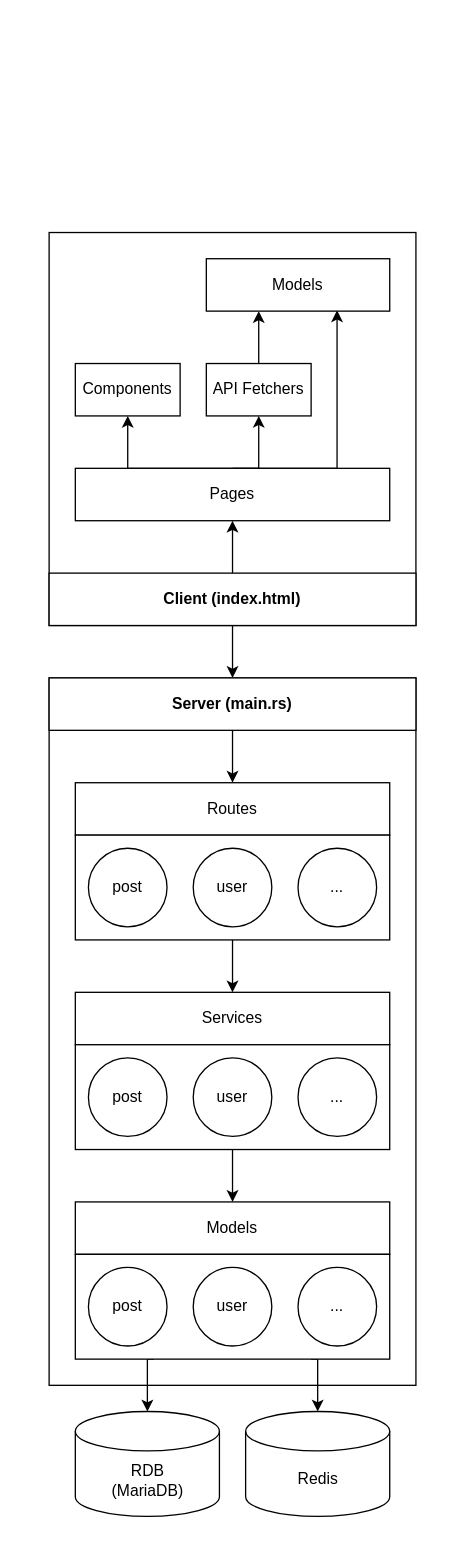
Above: page "main" (1 of 5) of docs/diagrams/diagrams.drawio in parksb/darim (draw.io), before the change. Source tidied: cells renumbered, new cells numbered last; positions are measured from the earlier drawing's top-left corner, leaving out a move shared by most shapes. Both pictures are drawn from the tidied source at 131%, with x=0, y=0 at pixel (22, 206).
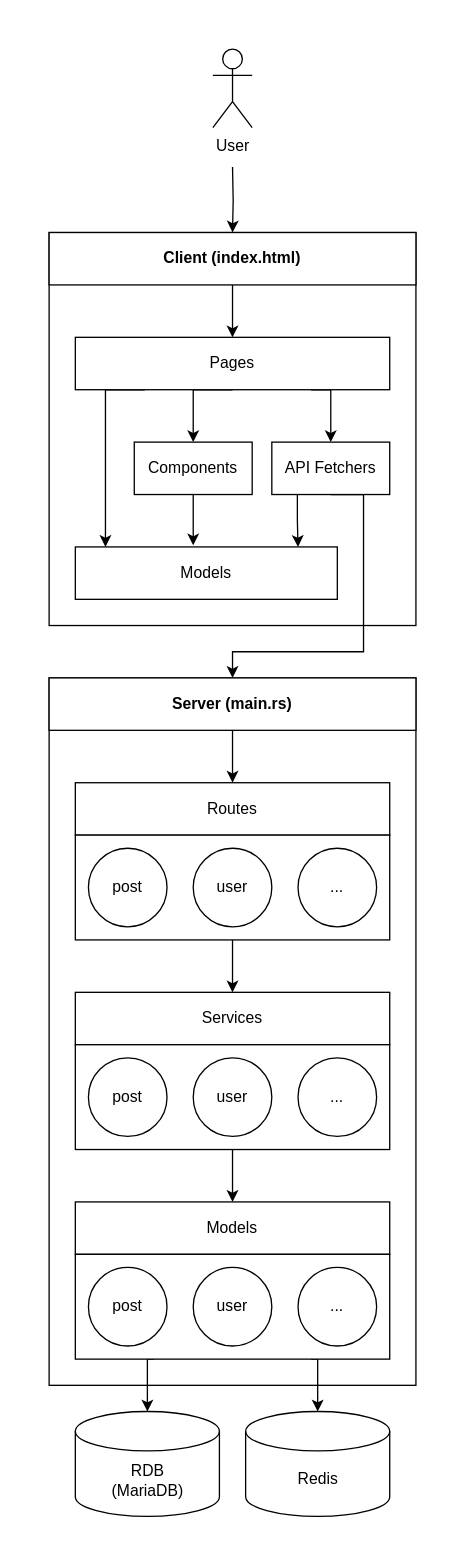
After the change.

The change refers to these unchanged cells:
```xml
<mxCell id="13" value="&lt;b&gt;Server (main.rs)&lt;/b&gt;" style="rounded=0;whiteSpace=wrap;html=1;" parent="1" vertex="1">
  <mxGeometry x="20" y="360" width="280" height="40" as="geometry" />
</mxCell>
```

The edit, as a diff of the source:
```diff
@@
     <mxCell id="2" style="rounded=0;whiteSpace=wrap;html=1;strokeColor=#FFFFFF;fillColor=#FFFFFF;" parent="1" vertex="1">
-      <mxGeometry width="320" height="1020" as="geometry" />
+      <mxGeometry y="-140" width="320" height="1160" as="geometry" />
     </mxCell>
@@
+    <mxCell id="7" style="edgeStyle=orthogonalEdgeStyle;rounded=0;jettySize=auto;html=1;exitX=0.75;exitY=1;exitDx=0;exitDy=0;entryX=0.5;entryY=0;entryDx=0;entryDy=0;" parent="1" edge="1" source="9" target="39">
+      <mxGeometry relative="1" as="geometry">
+        <Array as="points">
+          <mxPoint x="235" y="140" />
+        </Array>
+      </mxGeometry>
+    </mxCell>
+    <mxCell id="6" style="edgeStyle=orthogonalEdgeStyle;rounded=0;jettySize=auto;html=1;exitX=0.5;exitY=1;exitDx=0;exitDy=0;entryX=0.5;entryY=0;entryDx=0;entryDy=0;" parent="1" edge="1" source="9" target="37">
+      <mxGeometry relative="1" as="geometry">
+        <Array as="points">
+          <mxPoint x="130" y="140" />
+        </Array>
+      </mxGeometry>
+    </mxCell>
+    <mxCell id="41" style="edgeStyle=orthogonalEdgeStyle;rounded=0;orthogonalLoop=1;jettySize=auto;html=1;exitX=0.25;exitY=1;exitDx=0;exitDy=0;" parent="1" edge="1">
+      <mxGeometry relative="1" as="geometry">
+        <mxPoint x="93" y="140" as="sourcePoint" />
+        <mxPoint x="63" y="260" as="targetPoint" />
+        <Array as="points">
+          <mxPoint x="63" y="140" />
+          <mxPoint x="63" y="260" />
+        </Array>
+      </mxGeometry>
+    </mxCell>
+    <mxCell id="9" value="Pages&lt;br&gt;" style="rounded=0;whiteSpace=wrap;html=1;" parent="1" vertex="1">
+      <mxGeometry x="40" y="100" width="240" height="40" as="geometry" />
+    </mxCell>
-    <mxCell id="5" style="edgeStyle=orthogonalEdgeStyle;rounded=0;jettySize=auto;html=1;exitX=0.5;exitY=0;exitDx=0;exitDy=0;entryX=0.5;entryY=1;entryDx=0;entryDy=0;" parent="1" edge="1" source="11" target="9">
+    <mxCell id="5" style="edgeStyle=orthogonalEdgeStyle;rounded=0;jettySize=auto;html=1;exitX=0.5;exitY=1;exitDx=0;exitDy=0;entryX=0.5;entryY=0;entryDx=0;entryDy=0;" parent="1" edge="1" source="11" target="9">
       <mxGeometry relative="1" as="geometry" />
     </mxCell>
-    <mxCell id="6" style="edgeStyle=orthogonalEdgeStyle;rounded=0;jettySize=auto;html=1;exitX=0.5;exitY=0;exitDx=0;exitDy=0;entryX=0.5;entryY=1;entryDx=0;entryDy=0;" parent="1" edge="1" source="9" target="37">
-      <mxGeometry relative="1" as="geometry">
-        <Array as="points">
-          <mxPoint x="80" y="200" />
-        </Array>
-      </mxGeometry>
-    </mxCell>
-    <mxCell id="7" style="edgeStyle=orthogonalEdgeStyle;rounded=0;jettySize=auto;html=1;exitX=0.5;exitY=0;exitDx=0;exitDy=0;entryX=0.5;entryY=1;entryDx=0;entryDy=0;" parent="1" edge="1" source="9" target="39">
-      <mxGeometry relative="1" as="geometry">
-        <Array as="points">
-          <mxPoint x="180" y="200" />
-        </Array>
-      </mxGeometry>
-    </mxCell>
-    <mxCell id="8" style="edgeStyle=orthogonalEdgeStyle;rounded=0;orthogonalLoop=1;jettySize=auto;html=1;exitX=0.5;exitY=0;exitDx=0;exitDy=0;entryX=0.713;entryY=0.985;entryDx=0;entryDy=0;entryPerimeter=0;" parent="1" edge="1">
-      <mxGeometry relative="1" as="geometry">
-        <mxPoint x="160" y="200" as="sourcePoint" />
-        <mxPoint x="239.8" y="79.4" as="targetPoint" />
-        <Array as="points">
-          <mxPoint x="240" y="200" />
-        </Array>
-      </mxGeometry>
-    </mxCell>
-    <mxCell id="9" value="Pages&lt;br&gt;" style="rounded=0;whiteSpace=wrap;html=1;" parent="1" vertex="1">
-      <mxGeometry x="40" y="200" width="240" height="40" as="geometry" />
-    </mxCell>
-    <mxCell id="10" style="edgeStyle=orthogonalEdgeStyle;rounded=0;jettySize=auto;html=1;exitX=0.5;exitY=1;exitDx=0;exitDy=0;entryX=0.5;entryY=0;entryDx=0;entryDy=0;" parent="1" edge="1" source="11" target="13">
-      <mxGeometry relative="1" as="geometry" />
-    </mxCell>
     <mxCell id="11" value="&lt;b&gt;Client (index.html)&lt;/b&gt;" style="rounded=0;whiteSpace=wrap;html=1;" parent="1" vertex="1">
-      <mxGeometry x="20" y="280" width="280" height="40" as="geometry" />
+      <mxGeometry x="20" y="20" width="280" height="40" as="geometry" />
     </mxCell>
@@
+    <mxCell id="42" style="edgeStyle=orthogonalEdgeStyle;rounded=0;jettySize=auto;html=1;exitX=0.5;exitY=1;exitDx=0;exitDy=0;entryX=0.45;entryY=-0.03;entryDx=0;entryDy=0;entryPerimeter=0;" parent="1" edge="1" source="37" target="40">
+      <mxGeometry relative="1" as="geometry" />
+    </mxCell>
     <mxCell id="37" value="Components" style="rounded=0;whiteSpace=wrap;html=1;" parent="1" vertex="1">
-      <mxGeometry x="40" y="120" width="80" height="40" as="geometry" />
+      <mxGeometry x="85" y="180" width="90" height="40" as="geometry" />
     </mxCell>
-    <mxCell id="38" style="edgeStyle=orthogonalEdgeStyle;rounded=0;jettySize=auto;html=1;exitX=0.5;exitY=0;exitDx=0;exitDy=0;" parent="1" edge="1" source="39">
-      <mxGeometry relative="1" as="geometry">
-        <mxPoint x="180" y="80" as="targetPoint" />
-      </mxGeometry>
-    </mxCell>
+    <mxCell id="43" style="edgeStyle=orthogonalEdgeStyle;rounded=0;jettySize=auto;html=1;exitX=0.5;exitY=1;exitDx=0;exitDy=0;" parent="1" edge="1" source="39">
+      <mxGeometry relative="1" as="geometry">
+        <mxPoint x="160" y="360" as="targetPoint" />
+        <Array as="points">
+          <mxPoint x="260" y="220" />
+          <mxPoint x="260" y="340" />
+          <mxPoint x="160" y="340" />
+          <mxPoint x="160" y="360" />
+        </Array>
+      </mxGeometry>
+    </mxCell>
+    <mxCell id="44" style="edgeStyle=orthogonalEdgeStyle;rounded=0;orthogonalLoop=1;jettySize=auto;html=1;exitX=0.25;exitY=1;exitDx=0;exitDy=0;" parent="1" edge="1">
+      <mxGeometry relative="1" as="geometry">
+        <mxPoint x="209.5" y="220" as="sourcePoint" />
+        <mxPoint x="210" y="260" as="targetPoint" />
+        <Array as="points">
+          <mxPoint x="209" y="240" />
+          <mxPoint x="210" y="240" />
+        </Array>
+      </mxGeometry>
+    </mxCell>
     <mxCell id="39" value="API Fetchers" style="rounded=0;whiteSpace=wrap;html=1;" parent="1" vertex="1">
-      <mxGeometry x="140" y="120" width="80" height="40" as="geometry" />
+      <mxGeometry x="190" y="180" width="90" height="40" as="geometry" />
     </mxCell>
     <mxCell id="40" value="Models" style="rounded=0;whiteSpace=wrap;html=1;" parent="1" vertex="1">
-      <mxGeometry x="140" y="40" width="140" height="40" as="geometry" />
+      <mxGeometry x="40" y="260" width="200" height="40" as="geometry" />
     </mxCell>
+    <mxCell id="45" style="edgeStyle=orthogonalEdgeStyle;rounded=0;jettySize=auto;html=1;entryX=0.5;entryY=0;entryDx=0;entryDy=0;" parent="1" edge="1" target="11">
+      <mxGeometry relative="1" as="geometry">
+        <mxPoint x="160" y="-30" as="sourcePoint" />
+      </mxGeometry>
+    </mxCell>
+    <mxCell id="46" value="User" style="shape=umlActor;verticalLabelPosition=bottom;verticalAlign=top;html=1;" parent="1" vertex="1">
+      <mxGeometry x="145" y="-120" width="30" height="60" as="geometry" />
+    </mxCell>
```
